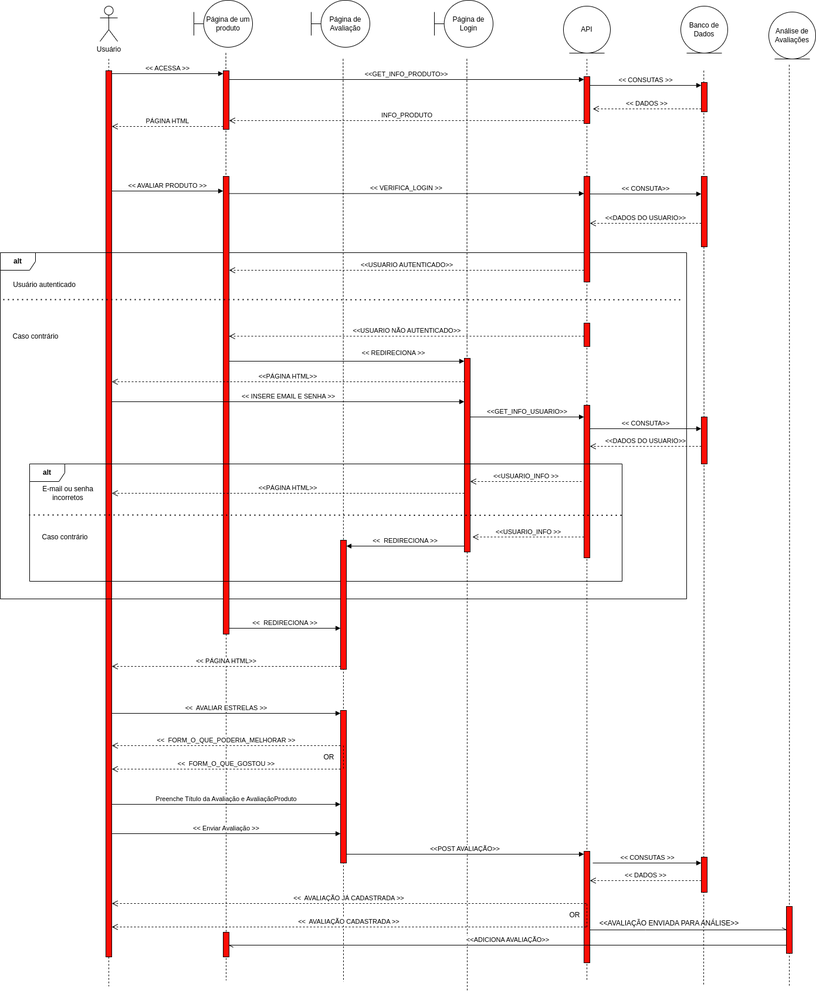
Above: docs/img/Diagrama_de_sequencia_g5f.png in UnBArqDsw2023-2/2023.2_G5_ProjetoAmericanas (draw.io), before the change. Source tidied: cells renumbered, new cells last; positions are measured from the earlier drawing's top-left corner, leaving out a move shared by most shapes.
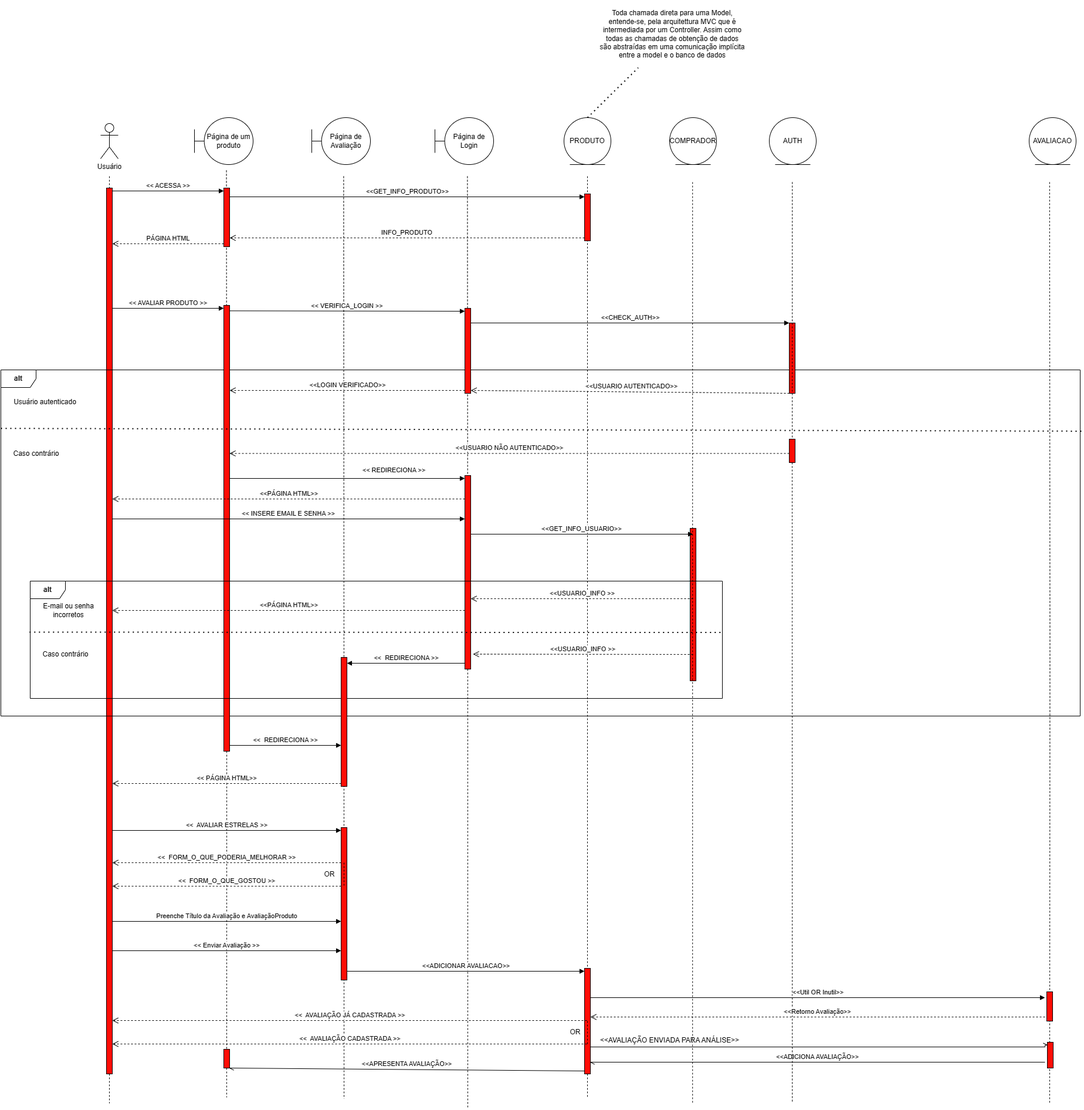
After the change.

Commit message:
fix: ajusta diagrama de sequência

What changed in the source:
```diff
@@ -22,10 +22,7 @@
     </mxCell>
-    <mxCell id="7" value="Banco de Dados" style="ellipse;shape=umlEntity;whiteSpace=wrap;html=1;" parent="1" vertex="1">
-      <mxGeometry x="1160" y="10" width="80" height="80" as="geometry" />
-    </mxCell>
-    <mxCell id="8" value="Análise de Avaliações" style="ellipse;shape=umlEntity;whiteSpace=wrap;html=1;" parent="1" vertex="1">
-      <mxGeometry x="1310" y="20" width="80" height="80" as="geometry" />
+    <mxCell id="8" value="AVALIACAO" style="ellipse;shape=umlEntity;whiteSpace=wrap;html=1;" parent="1" vertex="1">
+      <mxGeometry x="1753" width="80" height="80" as="geometry" />
     </mxCell>
-    <mxCell id="9" value="API" style="ellipse;shape=umlEntity;whiteSpace=wrap;html=1;" parent="1" vertex="1">
-      <mxGeometry x="960" y="10" width="80" height="80" as="geometry" />
+    <mxCell id="9" value="PRODUTO" style="ellipse;shape=umlEntity;whiteSpace=wrap;html=1;" parent="1" vertex="1">
+      <mxGeometry x="960" width="80" height="80" as="geometry" />
     </mxCell>
@@ -55,8 +52,2 @@
     </mxCell>
-    <mxCell id="14" style="edgeStyle=orthogonalEdgeStyle;rounded=0;orthogonalLoop=1;jettySize=auto;html=1;endArrow=none;endFill=0;dashed=1;" parent="1" edge="1">
-      <mxGeometry relative="1" as="geometry">
-        <mxPoint x="1199.2" y="120" as="sourcePoint" />
-        <mxPoint x="1199" y="1680" as="targetPoint" />
-      </mxGeometry>
-    </mxCell>
     <mxCell id="15" style="html=1;points=[[0,0,0,0,5],[0,1,0,0,-5],[1,0,0,0,5],[1,1,0,0,-5]];perimeter=orthogonalPerimeter;outlineConnect=0;targetShapes=umlLifeline;portConstraint=eastwest;newEdgeStyle={&quot;curved&quot;:0,&quot;rounded&quot;:0};gradientColor=none;fillColor=#FF0D05;" parent="1" vertex="1">
@@ -82,13 +73,4 @@
     </mxCell>
-    <mxCell id="22" style="html=1;points=[[0,0,0,0,5],[0,1,0,0,-5],[1,0,0,0,5],[1,1,0,0,-5]];perimeter=orthogonalPerimeter;outlineConnect=0;targetShapes=umlLifeline;portConstraint=eastwest;newEdgeStyle={&quot;curved&quot;:0,&quot;rounded&quot;:0};fillColor=#FF0D05;" parent="1" vertex="1">
-      <mxGeometry x="1195" y="140" width="10" height="50" as="geometry" />
-    </mxCell>
-    <mxCell id="23" value="&amp;lt;&amp;lt; CONSUTAS &amp;gt;&amp;gt;" style="html=1;verticalAlign=bottom;endArrow=block;curved=0;rounded=0;entryX=0;entryY=0;entryDx=0;entryDy=5;" parent="1" edge="1" source="19" target="22">
-      <mxGeometry relative="1" as="geometry" />
-    </mxCell>
-    <mxCell id="24" value="&amp;lt;&amp;lt; DADOS &amp;gt;&amp;gt;" style="html=1;verticalAlign=bottom;endArrow=open;dashed=1;endSize=8;curved=0;rounded=0;exitX=0;exitY=1;exitDx=0;exitDy=-5;entryX=1.5;entryY=0.688;entryDx=0;entryDy=0;entryPerimeter=0;" parent="1" edge="1" source="22" target="19">
-      <mxGeometry relative="1" as="geometry" />
-    </mxCell>
     <mxCell id="25" value="&lt;b&gt;alt&lt;/b&gt;" style="shape=umlFrame;whiteSpace=wrap;html=1;" parent="1" vertex="1">
-      <mxGeometry y="430" width="1170" height="590" as="geometry" />
+      <mxGeometry y="430" width="1840" height="590" as="geometry" />
     </mxCell>
@@ -101,33 +83,11 @@
     <mxCell id="27" style="html=1;points=[[0,0,0,0,5],[0,1,0,0,-5],[1,0,0,0,5],[1,1,0,0,-5]];perimeter=orthogonalPerimeter;outlineConnect=0;targetShapes=umlLifeline;portConstraint=eastwest;newEdgeStyle={&quot;curved&quot;:0,&quot;rounded&quot;:0};fillColor=#FF0D05;" parent="1" vertex="1">
-      <mxGeometry x="380" y="300" width="10" height="780" as="geometry" />
+      <mxGeometry x="380" y="320" width="10" height="760" as="geometry" />
     </mxCell>
-    <mxCell id="28" value="&amp;lt;&amp;lt; VERIFICA_LOGIN &amp;gt;&amp;gt;" style="html=1;verticalAlign=bottom;endArrow=block;curved=0;rounded=0;exitX=1;exitY=0;exitDx=0;exitDy=5;exitPerimeter=0;" parent="1" edge="1">
+    <mxCell id="28" value="&amp;lt;&amp;lt; VERIFICA_LOGIN &amp;gt;&amp;gt;" style="html=1;verticalAlign=bottom;endArrow=block;curved=0;rounded=0;exitX=1;exitY=0;exitDx=0;exitDy=5;exitPerimeter=0;entryX=0;entryY=0;entryDx=0;entryDy=5;entryPerimeter=0;" parent="1" edge="1" target="89">
       <mxGeometry relative="1" as="geometry">
         <mxPoint x="390" y="329.3" as="sourcePoint" />
-        <mxPoint x="995" y="329.3" as="targetPoint" />
       </mxGeometry>
     </mxCell>
-    <mxCell id="29" style="html=1;perimeter=orthogonalPerimeter;targetShapes=umlLifeline;newEdgeStyle={&quot;curved&quot;:0,&quot;rounded&quot;:0};fillColor=#FF0D05;" parent="1" vertex="1">
-      <mxGeometry x="995" y="300" width="10" height="180" as="geometry" />
-    </mxCell>
-    <mxCell id="30" value="&amp;lt;&amp;lt; CONSUTA&amp;gt;&amp;gt;" style="html=1;verticalAlign=bottom;endArrow=block;curved=0;rounded=0;exitX=1;exitY=0;exitDx=0;exitDy=5;exitPerimeter=0;" parent="1" edge="1">
-      <mxGeometry relative="1" as="geometry">
-        <mxPoint x="1005" y="330" as="sourcePoint" />
-        <mxPoint x="1195" y="330" as="targetPoint" />
-      </mxGeometry>
-    </mxCell>
-    <mxCell id="31" style="html=1;perimeter=orthogonalPerimeter;targetShapes=umlLifeline;newEdgeStyle={&quot;curved&quot;:0,&quot;rounded&quot;:0};fillColor=#FF0D05;" parent="1" vertex="1">
-      <mxGeometry x="1195" y="300" width="10" height="120" as="geometry" />
-    </mxCell>
-    <mxCell id="32" value="&amp;lt;&amp;lt;DADOS DO USUARIO&amp;gt;&amp;gt;" style="html=1;verticalAlign=bottom;endArrow=open;dashed=1;endSize=8;curved=0;rounded=0;exitX=0;exitY=1;exitDx=0;exitDy=-5;" parent="1" edge="1">
-      <mxGeometry relative="1" as="geometry">
-        <mxPoint x="1195" y="380" as="sourcePoint" />
-        <mxPoint x="1005" y="380" as="targetPoint" />
-      </mxGeometry>
-    </mxCell>
-    <mxCell id="33" value="&amp;lt;&amp;lt;USUARIO AUTENTICADO&amp;gt;&amp;gt;" style="html=1;verticalAlign=bottom;endArrow=open;dashed=1;endSize=8;curved=0;rounded=0;exitX=0;exitY=1;exitDx=0;exitDy=-5;" parent="1" edge="1">
-      <mxGeometry relative="1" as="geometry">
-        <mxPoint x="995" y="460" as="sourcePoint" />
-        <mxPoint x="390" y="460" as="targetPoint" />
-      </mxGeometry>
+    <mxCell id="33" value="&amp;lt;&amp;lt;LOGIN VERIFICADO&amp;gt;&amp;gt;" style="html=1;verticalAlign=bottom;endArrow=open;dashed=1;endSize=8;curved=0;rounded=0;exitX=0;exitY=1;exitDx=0;exitDy=-5;exitPerimeter=0;" parent="1" edge="1" source="89" target="27">
+      <mxGeometry relative="1" as="geometry" />
     </mxCell>
@@ -136,8 +96,2 @@
     </mxCell>
-    <mxCell id="35" style="endArrow=none;dashed=1;html=1;dashPattern=1 3;strokeWidth=2;rounded=0;exitX=0.001;exitY=0.254;exitDx=0;exitDy=0;exitPerimeter=0;" parent="1" edge="1">
-      <mxGeometry relative="1" as="geometry">
-        <mxPoint x="5" y="510" as="sourcePoint" />
-        <mxPoint x="1165" y="510.3" as="targetPoint" />
-      </mxGeometry>
-    </mxCell>
     <mxCell id="36" value="Caso contrário" style="text;html=1;align=center;verticalAlign=middle;strokeColor=none;fillColor=none;" parent="1" vertex="1">
@@ -145,8 +99,4 @@
     </mxCell>
-    <mxCell id="37" style="html=1;points=[[0,0,0,0,5],[0,1,0,0,-5],[1,0,0,0,5],[1,1,0,0,-5]];perimeter=orthogonalPerimeter;outlineConnect=0;targetShapes=umlLifeline;portConstraint=eastwest;newEdgeStyle={&quot;curved&quot;:0,&quot;rounded&quot;:0};fillColor=#FF0D05;" parent="1" vertex="1">
-      <mxGeometry x="995" y="550" width="10" height="40" as="geometry" />
-    </mxCell>
-    <mxCell id="38" value="&amp;lt;&amp;lt;USUARIO NÃO AUTENTICADO&amp;gt;&amp;gt;" style="html=1;verticalAlign=bottom;endArrow=open;dashed=1;endSize=8;curved=0;rounded=0;exitX=0;exitY=1;exitDx=0;exitDy=-5;" parent="1" edge="1">
+    <mxCell id="38" value="&amp;lt;&amp;lt;USUARIO NÃO AUTENTICADO&amp;gt;&amp;gt;" style="html=1;verticalAlign=bottom;endArrow=open;dashed=1;endSize=8;curved=0;rounded=0;" parent="1" edge="1" source="37">
       <mxGeometry relative="1" as="geometry">
-        <mxPoint x="995" y="572.4" as="sourcePoint" />
         <mxPoint x="390" y="572.4" as="targetPoint" />
@@ -163,3 +113,3 @@
     <mxCell id="41" style="html=1;perimeter=orthogonalPerimeter;targetShapes=umlLifeline;newEdgeStyle={&quot;curved&quot;:0,&quot;rounded&quot;:0};fillColor=#FF0D05;" parent="1" vertex="1">
-      <mxGeometry x="995" y="690" width="10" height="260" as="geometry" />
+      <mxGeometry x="1175" y="700" width="10" height="260" as="geometry" />
     </mxCell>
@@ -170,21 +120,4 @@
     </mxCell>
-    <mxCell id="43" value="&amp;lt;&amp;lt; CONSUTA&amp;gt;&amp;gt;" style="html=1;verticalAlign=bottom;endArrow=block;curved=0;rounded=0;" parent="1" edge="1">
-      <mxGeometry relative="1" as="geometry">
-        <mxPoint x="1005" y="730" as="sourcePoint" />
-        <mxPoint x="1195" y="730" as="targetPoint" />
-      </mxGeometry>
-    </mxCell>
-    <mxCell id="44" style="html=1;points=[[0,0,0,0,5],[0,1,0,0,-5],[1,0,0,0,5],[1,1,0,0,-5]];perimeter=orthogonalPerimeter;outlineConnect=0;targetShapes=umlLifeline;portConstraint=eastwest;newEdgeStyle={&quot;curved&quot;:0,&quot;rounded&quot;:0};fillColor=#FF0D05;" parent="1" vertex="1">
-      <mxGeometry x="1195" y="710" width="10" height="80" as="geometry" />
-    </mxCell>
-    <mxCell id="45" value="&amp;lt;&amp;lt;DADOS DO USUARIO&amp;gt;&amp;gt;" style="html=1;verticalAlign=bottom;endArrow=open;dashed=1;endSize=8;curved=0;rounded=0;" parent="1" edge="1" source="44">
-      <mxGeometry relative="1" as="geometry">
-        <mxPoint x="1005" y="760" as="targetPoint" />
-        <Array as="points">
-          <mxPoint x="1090" y="760" />
-        </Array>
-      </mxGeometry>
-    </mxCell>
     <mxCell id="46" value="&lt;b&gt;alt&lt;/b&gt;" style="shape=umlFrame;whiteSpace=wrap;html=1;" parent="1" vertex="1">
-      <mxGeometry x="50" y="790" width="1010" height="200" as="geometry" />
+      <mxGeometry x="50" y="790" width="1180" height="200" as="geometry" />
     </mxCell>
@@ -201,3 +134,3 @@
       <mxGeometry relative="1" as="geometry">
-        <mxPoint x="991" y="820" as="sourcePoint" />
+        <mxPoint x="1180" y="820" as="sourcePoint" />
         <mxPoint x="801" y="820" as="targetPoint" />
@@ -215,3 +148,3 @@
         <mxPoint x="801" y="710" as="sourcePoint" />
-        <mxPoint x="995" y="710" as="targetPoint" />
+        <mxPoint x="1180" y="710" as="targetPoint" />
       </mxGeometry>
@@ -225,3 +158,3 @@
       <mxGeometry relative="1" as="geometry">
-        <mxPoint x="995" y="914.5" as="sourcePoint" />
+        <mxPoint x="1180" y="915" as="sourcePoint" />
         <mxPoint x="805" y="914.5" as="targetPoint" />
@@ -248,4 +181,4 @@
       <mxGeometry relative="1" as="geometry">
-        <mxPoint x="1344.9" y="110" as="sourcePoint" />
-        <mxPoint x="1345" y="1680" as="targetPoint" />
+        <mxPoint x="1787.9" y="110" as="sourcePoint" />
+        <mxPoint x="1788" y="1680" as="targetPoint" />
       </mxGeometry>
@@ -290,7 +223,7 @@
     </mxCell>
-    <mxCell id="68" style="edgeStyle=orthogonalEdgeStyle;rounded=0;jettySize=auto;html=1;curved=0;endArrow=openAsync;endFill=0;" parent="1" edge="1" source="69" target="78">
+    <mxCell id="68" style="edgeStyle=orthogonalEdgeStyle;rounded=0;jettySize=auto;html=1;curved=0;endArrow=openAsync;endFill=0;entryX=0;entryY=0;entryDx=0;entryDy=5;entryPerimeter=0;" parent="1" edge="1" source="69" target="96">
       <mxGeometry relative="1" as="geometry">
         <Array as="points">
-          <mxPoint x="1100" y="1584" />
-          <mxPoint x="1100" y="1584" />
+          <mxPoint x="1780" y="1584" />
+          <mxPoint x="1780" y="1581" />
         </Array>
@@ -299,22 +232,7 @@
     <mxCell id="69" style="html=1;points=[[0,0,0,0,5],[0,1,0,0,-5],[1,0,0,0,5],[1,1,0,0,-5]];perimeter=orthogonalPerimeter;outlineConnect=0;targetShapes=umlLifeline;portConstraint=eastwest;newEdgeStyle={&quot;curved&quot;:0,&quot;rounded&quot;:0};fillColor=#FF0D05;" parent="1" vertex="1">
-      <mxGeometry x="995" y="1450" width="10" height="190" as="geometry" />
+      <mxGeometry x="995" y="1450" width="10" height="180" as="geometry" />
     </mxCell>
-    <mxCell id="70" value="&amp;lt;&amp;lt;POST AVALIAÇÃO&amp;gt;&amp;gt;" style="html=1;verticalAlign=bottom;endArrow=block;curved=0;rounded=0;entryX=0;entryY=0;entryDx=0;entryDy=5;" parent="1" edge="1" source="60" target="69">
+    <mxCell id="70" value="&amp;lt;&amp;lt;ADICIONAR AVALIACAO&amp;gt;&amp;gt;" style="html=1;verticalAlign=bottom;endArrow=block;curved=0;rounded=0;entryX=0;entryY=0;entryDx=0;entryDy=5;" parent="1" edge="1" source="60" target="69">
       <mxGeometry relative="1" as="geometry" />
     </mxCell>
-    <mxCell id="71" style="html=1;perimeter=orthogonalPerimeter;targetShapes=umlLifeline;newEdgeStyle={&quot;curved&quot;:0,&quot;rounded&quot;:0};fillColor=#FF0D05;" parent="1" vertex="1">
-      <mxGeometry x="1195" y="1460" width="10" height="60" as="geometry" />
-    </mxCell>
-    <mxCell id="72" value="&amp;lt;&amp;lt; CONSUTAS &amp;gt;&amp;gt;" style="html=1;verticalAlign=bottom;endArrow=block;curved=0;rounded=0;entryX=0;entryY=0;entryDx=0;entryDy=5;" parent="1" edge="1">
-      <mxGeometry relative="1" as="geometry">
-        <mxPoint x="1010" y="1470" as="sourcePoint" />
-        <mxPoint x="1195" y="1470" as="targetPoint" />
-      </mxGeometry>
-    </mxCell>
-    <mxCell id="73" value="&amp;lt;&amp;lt; DADOS &amp;gt;&amp;gt;" style="html=1;verticalAlign=bottom;endArrow=open;dashed=1;endSize=8;curved=0;rounded=0;" parent="1" edge="1">
-      <mxGeometry relative="1" as="geometry">
-        <mxPoint x="1195" y="1500" as="sourcePoint" />
-        <mxPoint x="1005" y="1500" as="targetPoint" />
-      </mxGeometry>
-    </mxCell>
     <mxCell id="74" value="&amp;lt;&amp;lt;&amp;nbsp; AVALIAÇÃO JÁ CADASTRADA &amp;gt;&amp;gt;" style="html=1;verticalAlign=bottom;endArrow=open;dashed=1;endSize=8;curved=0;rounded=0;" parent="1" edge="1" target="15">
@@ -342,3 +260,3 @@
     <mxCell id="78" style="html=1;points=[[0,0,0,0,5],[0,1,0,0,-5],[1,0,0,0,5],[1,1,0,0,-5]];perimeter=orthogonalPerimeter;outlineConnect=0;targetShapes=umlLifeline;portConstraint=eastwest;newEdgeStyle={&quot;curved&quot;:0,&quot;rounded&quot;:0};fillColor=#FF0D05;" parent="1" vertex="1">
-      <mxGeometry x="1340" y="1544" width="10" height="80" as="geometry" />
+      <mxGeometry x="1783" y="1490" width="10" height="50" as="geometry" />
     </mxCell>
@@ -348,9 +266,87 @@
     <mxCell id="80" style="html=1;perimeter=orthogonalPerimeter;targetShapes=umlLifeline;newEdgeStyle={&quot;curved&quot;:0,&quot;rounded&quot;:0};fillColor=#FF0D05;" parent="1" vertex="1">
-      <mxGeometry x="380" y="1588" width="10" height="42" as="geometry" />
+      <mxGeometry x="380" y="1588" width="10" height="32" as="geometry" />
     </mxCell>
-    <mxCell id="81" value="&amp;lt;&amp;lt;ADICIONA AVALIAÇÃO&amp;gt;&amp;gt;" style="html=1;verticalAlign=bottom;endArrow=openAsync;curved=0;rounded=0;entryX=1;entryY=0;entryDx=0;entryDy=5;endFill=0;" parent="1" edge="1" source="78">
+    <mxCell id="81" value="&amp;lt;&amp;lt;ADICIONA AVALIAÇÃO&amp;gt;&amp;gt;" style="html=1;verticalAlign=bottom;endArrow=openAsync;curved=0;rounded=0;endFill=0;" parent="1" edge="1" target="69">
       <mxGeometry relative="1" as="geometry">
-        <mxPoint x="390" y="1610" as="targetPoint" />
+        <mxPoint x="1780" y="1610" as="sourcePoint" />
       </mxGeometry>
     </mxCell>
+    <mxCell id="82" value="AUTH" style="ellipse;shape=umlEntity;whiteSpace=wrap;html=1;" parent="1" vertex="1">
+      <mxGeometry x="1310" width="80" height="80" as="geometry" />
+    </mxCell>
+    <mxCell id="83" value="COMPRADOR" style="ellipse;shape=umlEntity;whiteSpace=wrap;html=1;" parent="1" vertex="1">
+      <mxGeometry x="1140" width="80" height="80" as="geometry" />
+    </mxCell>
+    <mxCell id="84" style="edgeStyle=orthogonalEdgeStyle;rounded=0;jettySize=auto;html=1;endArrow=none;endFill=0;dashed=1;" parent="1" edge="1" source="37">
+      <mxGeometry relative="1" as="geometry">
+        <mxPoint x="1349.2" y="1680" as="targetPoint" />
+        <Array as="points">
+          <mxPoint x="1349" y="860" />
+          <mxPoint x="1349" y="860" />
+        </Array>
+      </mxGeometry>
+    </mxCell>
+    <mxCell id="85" style="edgeStyle=orthogonalEdgeStyle;rounded=0;orthogonalLoop=1;jettySize=auto;html=1;endArrow=none;endFill=0;dashed=1;" parent="1" edge="1">
+      <mxGeometry relative="1" as="geometry">
+        <mxPoint x="1179.2" y="110" as="sourcePoint" />
+        <mxPoint x="1179.2" y="1680" as="targetPoint" />
+      </mxGeometry>
+    </mxCell>
+    <mxCell id="86" style="html=1;perimeter=orthogonalPerimeter;targetShapes=umlLifeline;newEdgeStyle={&quot;curved&quot;:0,&quot;rounded&quot;:0};fillColor=#FF0D05;" parent="1" vertex="1">
+      <mxGeometry x="1344" y="350" width="10" height="120" as="geometry" />
+    </mxCell>
+    <mxCell id="87" style="endArrow=none;dashed=1;html=1;dashPattern=1 3;strokeWidth=2;rounded=0;exitX=0.5;exitY=0;exitDx=0;exitDy=0;" parent="1" edge="1" source="9" target="88">
+      <mxGeometry relative="1" as="geometry" />
+    </mxCell>
+    <mxCell id="88" value="Toda chamada direta para uma Model, entende-se, pela arquitettura MVC que é intermediada por um Controller. Assim como todas as chamadas de obtenção de dados são abstraídas em uma comunicação implícita entre a model e o banco de dados" style="text;html=1;strokeColor=none;fillColor=none;align=center;verticalAlign=middle;whiteSpace=wrap;rounded=0;" parent="1" vertex="1">
+      <mxGeometry x="1020" y="-200" width="250" height="115" as="geometry" />
+    </mxCell>
+    <mxCell id="89" style="html=1;points=[[0,0,0,0,5],[0,1,0,0,-5],[1,0,0,0,5],[1,1,0,0,-5]];perimeter=orthogonalPerimeter;outlineConnect=0;targetShapes=umlLifeline;portConstraint=eastwest;newEdgeStyle={&quot;curved&quot;:0,&quot;rounded&quot;:0};fillColor=#FF0D05;" parent="1" vertex="1">
+      <mxGeometry x="791" y="325" width="10" height="145" as="geometry" />
+    </mxCell>
+    <mxCell id="90" value="&amp;lt;&amp;lt;CHECK_AUTH&amp;gt;&amp;gt;" style="html=1;verticalAlign=bottom;endArrow=block;curved=0;rounded=0;" parent="1" edge="1">
+      <mxGeometry relative="1" as="geometry">
+        <mxPoint x="801" y="350" as="sourcePoint" />
+        <mxPoint x="1344" y="350" as="targetPoint" />
+      </mxGeometry>
+    </mxCell>
+    <mxCell id="91" value="&amp;lt;&amp;lt;USUARIO AUTENTICADO&amp;gt;&amp;gt;" style="html=1;verticalAlign=bottom;endArrow=open;dashed=1;endSize=8;curved=0;rounded=0;entryX=1;entryY=1;entryDx=0;entryDy=-5;entryPerimeter=0;" parent="1" edge="1" target="89">
+      <mxGeometry relative="1" as="geometry">
+        <mxPoint x="1350" y="470" as="sourcePoint" />
+      </mxGeometry>
+    </mxCell>
+    <mxCell id="92" style="endArrow=none;dashed=1;html=1;dashPattern=1 3;strokeWidth=2;rounded=0;exitX=0;exitY=0.169;exitDx=0;exitDy=0;exitPerimeter=0;entryX=1.002;entryY=0.177;entryDx=0;entryDy=0;entryPerimeter=0;" parent="1" edge="1" source="25" target="25">
+      <mxGeometry relative="1" as="geometry" />
+    </mxCell>
+    <mxCell id="93" style="edgeStyle=orthogonalEdgeStyle;rounded=0;jettySize=auto;html=1;endArrow=none;endFill=0;dashed=1;" parent="1" edge="1" target="37">
+      <mxGeometry relative="1" as="geometry">
+        <mxPoint x="1349.2" y="110" as="sourcePoint" />
+        <Array as="points">
+          <mxPoint x="1350" y="450" />
+          <mxPoint x="1350" y="450" />
+        </Array>
+      </mxGeometry>
+    </mxCell>
+    <mxCell id="37" style="html=1;points=[[0,0,0,0,5],[0,1,0,0,-5],[1,0,0,0,5],[1,1,0,0,-5]];perimeter=orthogonalPerimeter;outlineConnect=0;targetShapes=umlLifeline;portConstraint=eastwest;newEdgeStyle={&quot;curved&quot;:0,&quot;rounded&quot;:0};fillColor=#FF0D05;" parent="1" vertex="1">
+      <mxGeometry x="1344" y="548" width="10" height="40" as="geometry" />
+    </mxCell>
+    <mxCell id="94" value="&amp;lt;&amp;lt;Util OR Inutil&amp;gt;&amp;gt;" style="html=1;verticalAlign=bottom;endArrow=block;curved=0;rounded=0;" parent="1" edge="1" source="69">
+      <mxGeometry relative="1" as="geometry">
+        <mxPoint x="1780" y="1500" as="targetPoint" />
+      </mxGeometry>
+    </mxCell>
+    <mxCell id="95" value="&amp;lt;&amp;lt;Retorno Avaliação&amp;gt;&amp;gt;" style="html=1;verticalAlign=bottom;endArrow=open;dashed=1;endSize=8;curved=0;rounded=0;exitX=-0.3;exitY=0.373;exitDx=0;exitDy=0;exitPerimeter=0;" parent="1" edge="1">
+      <mxGeometry relative="1" as="geometry">
+        <mxPoint x="1780" y="1533" as="sourcePoint" />
+        <mxPoint x="1005" y="1533" as="targetPoint" />
+      </mxGeometry>
+    </mxCell>
+    <mxCell id="96" style="html=1;points=[[0,0,0,0,5],[0,1,0,0,-5],[1,0,0,0,5],[1,1,0,0,-5]];perimeter=orthogonalPerimeter;outlineConnect=0;targetShapes=umlLifeline;portConstraint=eastwest;newEdgeStyle={&quot;curved&quot;:0,&quot;rounded&quot;:0};fillColor=#FF0D05;" parent="1" vertex="1">
+      <mxGeometry x="1784" y="1576" width="10" height="44" as="geometry" />
+    </mxCell>
+    <mxCell id="97" value="&amp;lt;&amp;lt;APRESENTA AVALIAÇÃO&amp;gt;&amp;gt;" style="html=1;verticalAlign=bottom;endArrow=openAsync;curved=0;rounded=0;endFill=0;exitX=0;exitY=1;exitDx=0;exitDy=-5;exitPerimeter=0;" parent="1" edge="1" source="69">
+      <mxGeometry relative="1" as="geometry">
+        <mxPoint x="390" y="1620" as="targetPoint" />
+      </mxGeometry>
+    </mxCell>
   </root>
```
